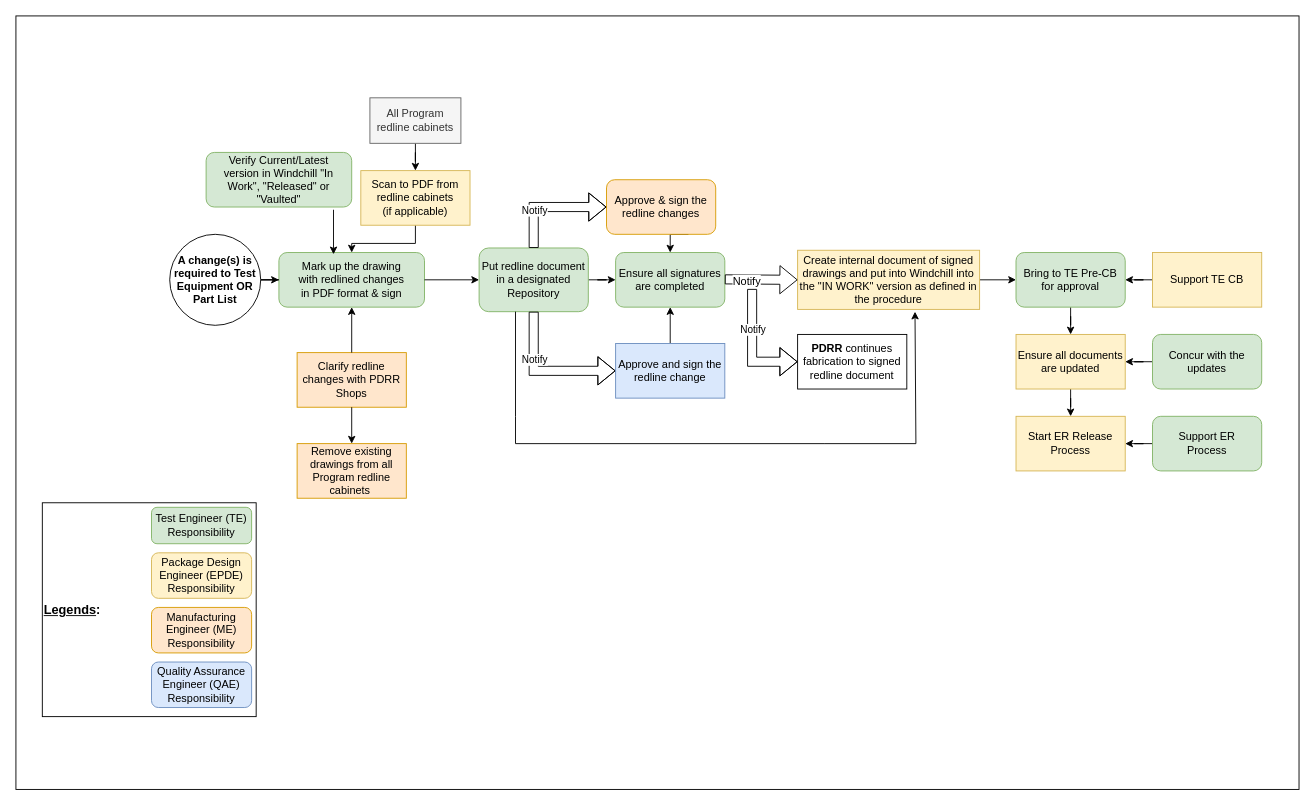
lnguyen921/UTA keeps this draw.io diagram as Untitled Diagram.drawio. Above is the earlier version. Source tidied: cells renumbered, new cells numbered last; positions are measured from the earlier drawing's top-left corner, leaving out a move shared by most shapes. Both pictures are drawn from the tidied source at 91%, with x=0, y=0 at pixel (15, 15).
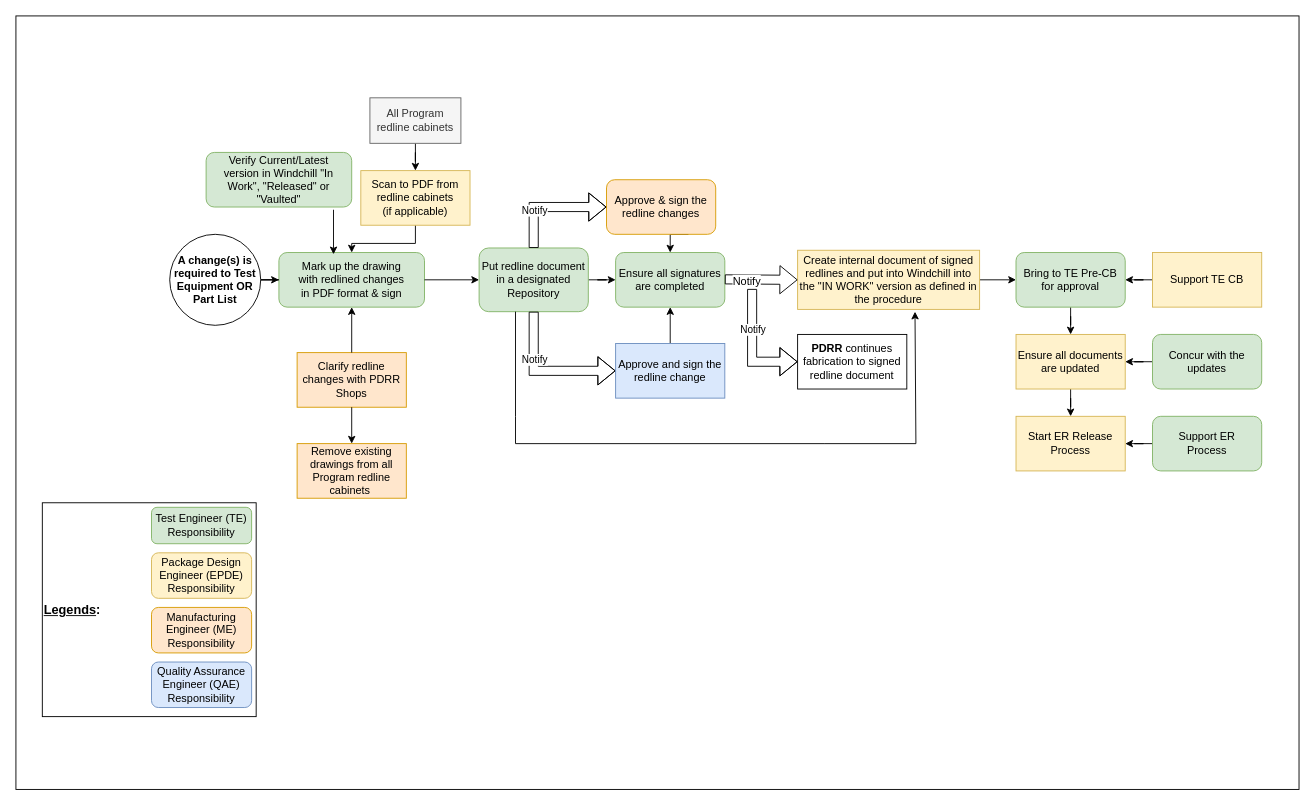
Above is the later version.

The edit, as a diff of the source:
```diff
@@
-    <mxCell id="23" value="Create internal document of signed drawings and put into Windchill into the &quot;IN WORK&quot; version as defined in the procedure" style="rounded=0;whiteSpace=wrap;html=1;fillColor=#fff2cc;strokeColor=#d6b656;" parent="1" vertex="1">
+    <mxCell id="23" value="Create internal document of signed redlines and put into Windchill into the &quot;IN WORK&quot; version as defined in the procedure" style="rounded=0;whiteSpace=wrap;html=1;fillColor=#fff2cc;strokeColor=#d6b656;" parent="1" vertex="1">
       <mxGeometry x="859" y="257.5" width="200" height="65" as="geometry" />
     </mxCell>
```
